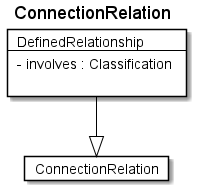
The PlantUML diagram fragments/diagrams/ConnectionRelation.png in rtigran/rdf2adoc, before a commit. Source of this version:
```plantuml
@startuml
Title ConnectionRelation

Card ConnectionRelation #fff [
ConnectionRelation
]
Card DefinedRelationship #fff [
DefinedRelationship
----
- involves : Classification

]
DefinedRelationship --|> ConnectionRelation  #000
@enduml
```
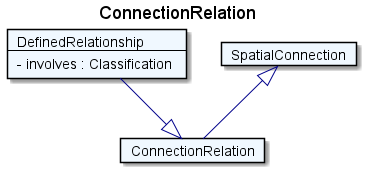
After the change.

Change to the diagram source:
```diff
@@ -1,14 +1,17 @@
 @startuml
 Title ConnectionRelation
 
-Card ConnectionRelation #fff [
+Card ConnectionRelation #F0F8FF [
 ConnectionRelation
 ]
-Card DefinedRelationship #fff [
+Card DefinedRelationship #F0F8FF [
 DefinedRelationship
 ----
 - involves : Classification
-
 ]
-DefinedRelationship --|> ConnectionRelation  #000
+DefinedRelationship --|> ConnectionRelation  #00008B
+Card SpatialConnection #F0F8FF [
+SpatialConnection
+]
+SpatialConnection <|-- ConnectionRelation  #00008B
 @enduml
```
